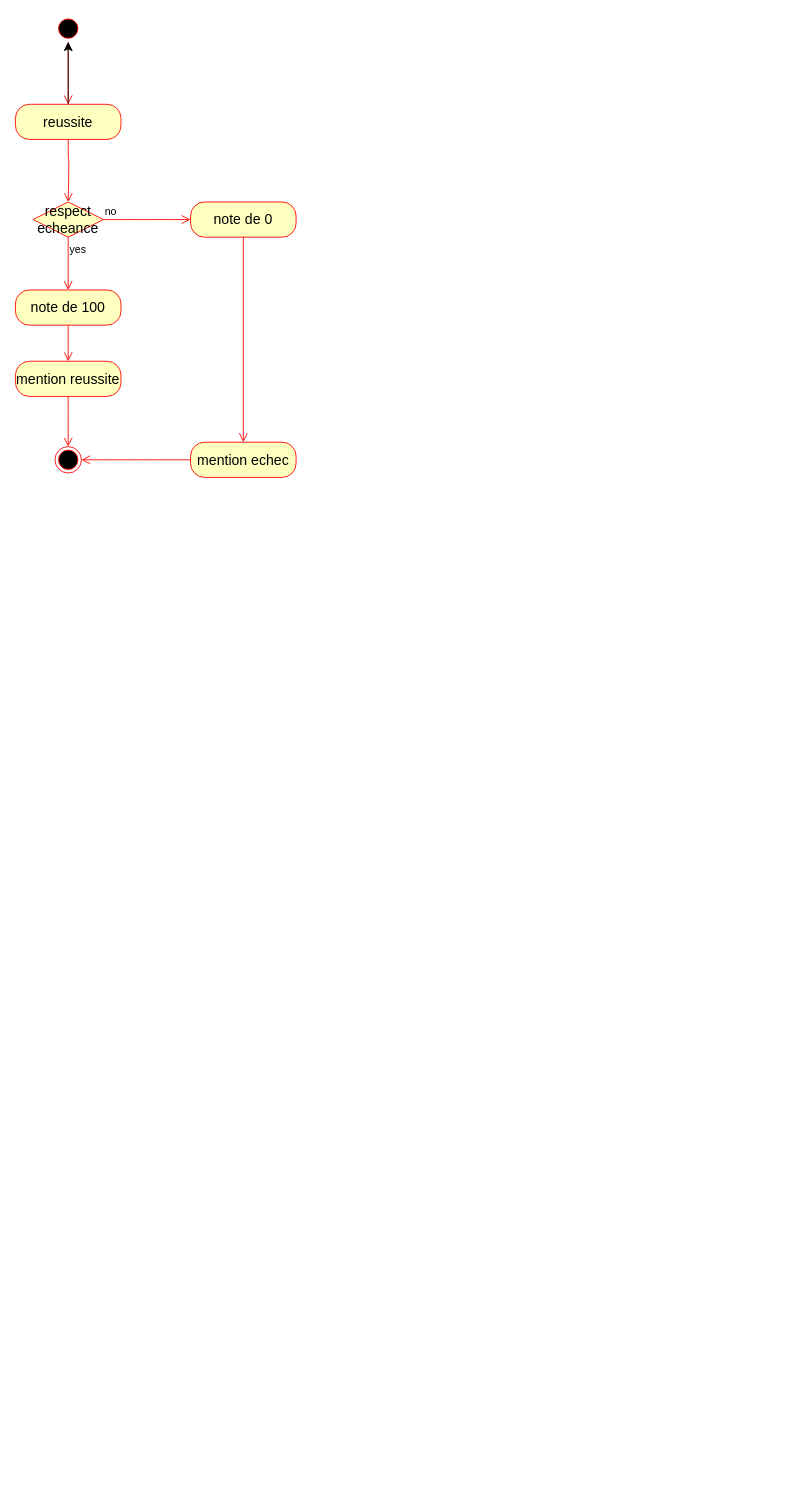
Earlier version of the draw.io diagram Diagramme sans nom.drawio (yoanp52/test). Source tidied: cells renumbered, new cells numbered last; positions are measured from the earlier drawing's top-left corner, leaving out a move shared by most shapes. Both pictures are drawn from the tidied source at 88%, with x=0, y=0 at pixel (15, 15).
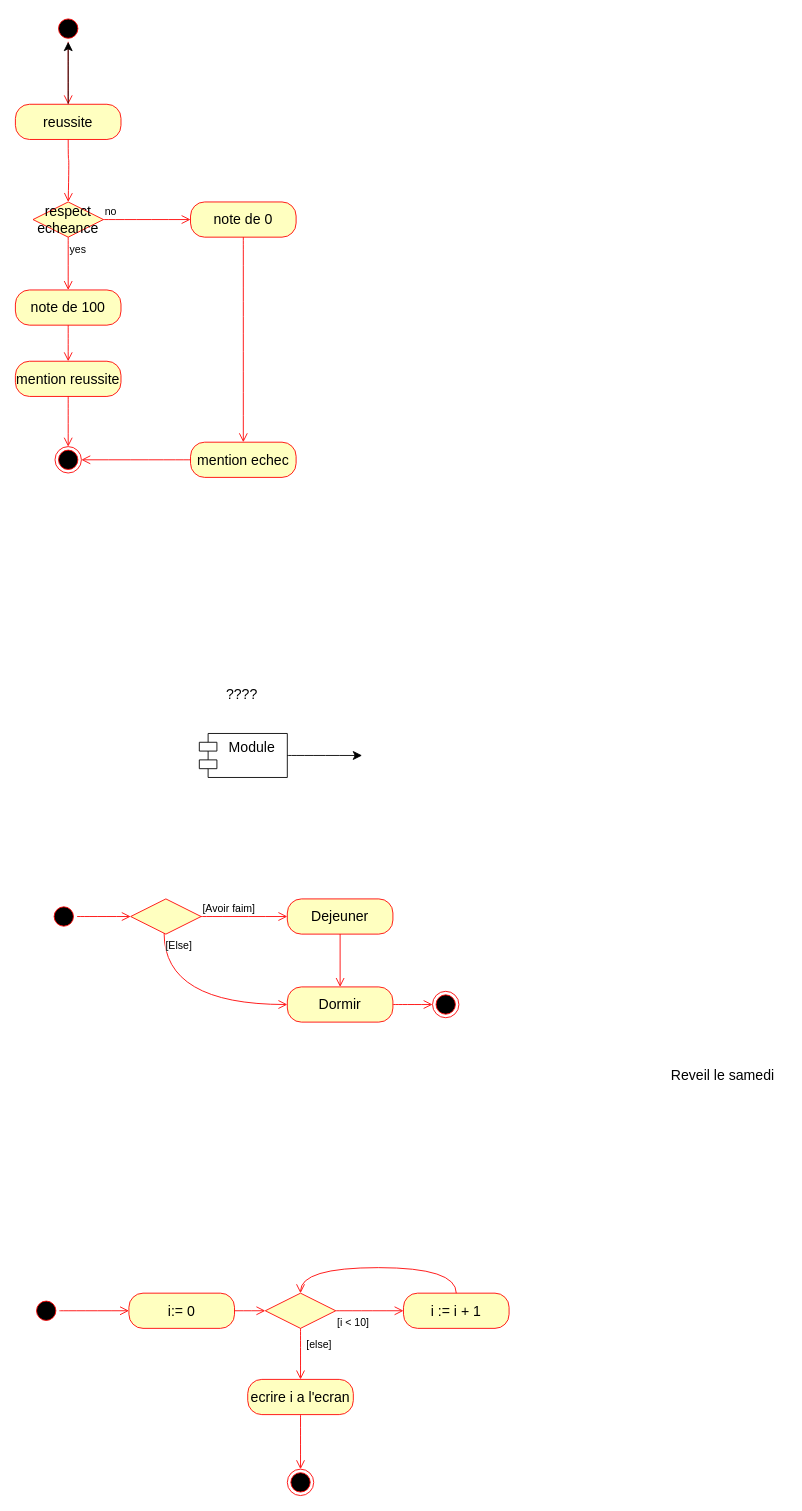
After the change.

Change to the diagram source:
```diff
@@
+    <mxCell id="19" style="ellipse;html=1;shape=startState;fillColor=#000000;strokeColor=#ff0000;fontSize=16;" parent="1" vertex="1">
+      <mxGeometry x="40" y="1009" width="30" height="30" as="geometry" />
+    </mxCell>
+    <mxCell id="20" style="edgeStyle=orthogonalEdgeStyle;html=1;verticalAlign=bottom;endArrow=open;endSize=8;strokeColor=#ff0000;rounded=0;fontSize=12;curved=1;entryX=0;entryY=0.5;entryDx=0;entryDy=0;" parent="1" edge="1" source="19" target="22">
+      <mxGeometry relative="1" as="geometry" />
+    </mxCell>
+    <mxCell id="21" style="ellipse;html=1;shape=endState;fillColor=#000000;strokeColor=#ff0000;fontSize=16;" parent="1" vertex="1">
+      <mxGeometry x="474" y="1109" width="30" height="30" as="geometry" />
+    </mxCell>
+    <mxCell id="22" style="rhombus;whiteSpace=wrap;html=1;fontColor=#000000;fillColor=#ffffc0;strokeColor=#ff0000;fontSize=16;" parent="1" vertex="1">
+      <mxGeometry x="131" y="1004" width="80" height="40" as="geometry" />
+    </mxCell>
+    <mxCell id="23" value="[Avoir faim]" style="edgeStyle=orthogonalEdgeStyle;html=1;align=left;verticalAlign=bottom;endArrow=open;endSize=8;strokeColor=#ff0000;rounded=0;fontSize=12;curved=1;entryX=0;entryY=0.5;entryDx=0;entryDy=0;" parent="1" edge="1" source="22" target="25">
+      <mxGeometry x="-1" relative="1" as="geometry" />
+    </mxCell>
+    <mxCell id="24" value="[Else]" style="edgeStyle=orthogonalEdgeStyle;html=1;align=left;verticalAlign=top;endArrow=open;endSize=8;strokeColor=#ff0000;rounded=0;fontSize=12;curved=1;entryX=0;entryY=0.5;entryDx=0;entryDy=0;" parent="1" edge="1" source="22" target="27">
+      <mxGeometry x="-1" relative="1" as="geometry">
+        <Array as="points">
+          <mxPoint x="169" y="1124" />
+        </Array>
+      </mxGeometry>
+    </mxCell>
+    <mxCell id="25" value="Dejeuner" style="rounded=1;whiteSpace=wrap;html=1;arcSize=40;fontColor=#000000;fillColor=#ffffc0;strokeColor=#ff0000;fontSize=16;" parent="1" vertex="1">
+      <mxGeometry x="309" y="1004" width="120" height="40" as="geometry" />
+    </mxCell>
+    <mxCell id="26" style="edgeStyle=orthogonalEdgeStyle;html=1;verticalAlign=bottom;endArrow=open;endSize=8;strokeColor=#ff0000;rounded=0;fontSize=12;curved=1;" parent="1" edge="1" source="25">
+      <mxGeometry relative="1" as="geometry">
+        <mxPoint x="369" y="1104" as="targetPoint" />
+      </mxGeometry>
+    </mxCell>
+    <mxCell id="27" value="Dormir" style="rounded=1;whiteSpace=wrap;html=1;arcSize=40;fontColor=#000000;fillColor=#ffffc0;strokeColor=#ff0000;fontSize=16;" parent="1" vertex="1">
+      <mxGeometry x="309" y="1104" width="120" height="40" as="geometry" />
+    </mxCell>
+    <mxCell id="28" style="edgeStyle=orthogonalEdgeStyle;html=1;verticalAlign=bottom;endArrow=open;endSize=8;strokeColor=#ff0000;rounded=0;fontSize=12;curved=1;entryX=0;entryY=0.5;entryDx=0;entryDy=0;" parent="1" edge="1" source="27" target="21">
+      <mxGeometry relative="1" as="geometry" />
+    </mxCell>
+    <mxCell id="29" value="Reveil le samedi" style="text;html=1;strokeColor=none;fillColor=none;align=center;verticalAlign=middle;whiteSpace=wrap;rounded=0;fontSize=16;" parent="1" vertex="1">
+      <mxGeometry x="732" y="1189" width="144" height="30" as="geometry" />
+    </mxCell>
+    <mxCell id="30" value="Module" style="shape=module;align=left;spacingLeft=20;align=center;verticalAlign=top;whiteSpace=wrap;html=1;fontSize=16;" parent="1" vertex="1">
+      <mxGeometry x="209" y="816" width="100" height="50" as="geometry" />
+    </mxCell>
+    <mxCell id="31" value="????" style="text;html=1;align=center;verticalAlign=middle;strokeColor=none;fillColor=none;fontSize=16;" parent="1" vertex="1">
+      <mxGeometry x="230" y="755" width="54" height="31" as="geometry" />
+    </mxCell>
+    <mxCell id="32" style="endArrow=classic;html=1;rounded=0;fontSize=12;startSize=8;endSize=8;curved=1;exitX=1;exitY=0.5;exitDx=0;exitDy=0;" parent="1" edge="1" source="30">
+      <mxGeometry relative="1" as="geometry">
+        <mxPoint x="394" y="841" as="targetPoint" />
+      </mxGeometry>
+    </mxCell>
+    <mxCell id="33" style="ellipse;html=1;shape=startState;fillColor=#000000;strokeColor=#ff0000;fontSize=16;" parent="1" vertex="1">
+      <mxGeometry x="20" y="1457" width="30" height="30" as="geometry" />
+    </mxCell>
+    <mxCell id="34" style="edgeStyle=orthogonalEdgeStyle;html=1;verticalAlign=bottom;endArrow=open;endSize=8;strokeColor=#ff0000;rounded=0;fontSize=12;curved=1;entryX=0;entryY=0.5;entryDx=0;entryDy=0;" parent="1" edge="1" source="33" target="35">
+      <mxGeometry relative="1" as="geometry" />
+    </mxCell>
+    <mxCell id="35" value="i:= 0" style="rounded=1;whiteSpace=wrap;html=1;arcSize=40;fontColor=#000000;fillColor=#ffffc0;strokeColor=#ff0000;fontSize=16;" parent="1" vertex="1">
+      <mxGeometry x="129" y="1452" width="120" height="40" as="geometry" />
+    </mxCell>
+    <mxCell id="36" style="edgeStyle=orthogonalEdgeStyle;html=1;verticalAlign=bottom;endArrow=open;endSize=8;strokeColor=#ff0000;rounded=0;fontSize=12;curved=1;entryX=0;entryY=0.5;entryDx=0;entryDy=0;" parent="1" edge="1" source="35" target="37">
+      <mxGeometry relative="1" as="geometry">
+        <Array as="points">
+          <mxPoint x="271" y="1472" />
+          <mxPoint x="271" y="1472" />
+        </Array>
+      </mxGeometry>
+    </mxCell>
+    <mxCell id="37" style="rhombus;whiteSpace=wrap;html=1;fontColor=#000000;fillColor=#ffffc0;strokeColor=#ff0000;fontSize=16;" parent="1" vertex="1">
+      <mxGeometry x="284" y="1452" width="80" height="40" as="geometry" />
+    </mxCell>
+    <mxCell id="38" value="[else]" style="edgeStyle=orthogonalEdgeStyle;html=1;align=left;verticalAlign=bottom;endArrow=open;endSize=8;strokeColor=#ff0000;rounded=0;fontSize=12;curved=1;entryX=0.5;entryY=0;entryDx=0;entryDy=0;entryPerimeter=0;" parent="1" edge="1" source="37" target="42">
+      <mxGeometry x="0.01" y="5" relative="1" as="geometry">
+        <mxPoint y="-1" as="offset" />
+      </mxGeometry>
+    </mxCell>
+    <mxCell id="39" value="[i &amp;lt; 10]" style="edgeStyle=orthogonalEdgeStyle;html=1;align=left;verticalAlign=top;endArrow=open;endSize=8;strokeColor=#ff0000;rounded=0;fontSize=12;curved=1;entryX=0;entryY=0.5;entryDx=0;entryDy=0;" parent="1" edge="1" source="37" target="40">
+      <mxGeometry x="-1" relative="1" as="geometry" />
+    </mxCell>
+    <mxCell id="40" value="i := i + 1" style="rounded=1;whiteSpace=wrap;html=1;arcSize=40;fontColor=#000000;fillColor=#ffffc0;strokeColor=#ff0000;fontSize=16;" parent="1" vertex="1">
+      <mxGeometry x="441" y="1452" width="120" height="40" as="geometry" />
+    </mxCell>
+    <mxCell id="41" style="edgeStyle=orthogonalEdgeStyle;html=1;verticalAlign=bottom;endArrow=open;endSize=8;strokeColor=#ff0000;rounded=0;fontSize=12;curved=1;entryX=0.5;entryY=0;entryDx=0;entryDy=0;exitX=0.5;exitY=0;exitDx=0;exitDy=0;" parent="1" edge="1" source="40" target="37">
+      <mxGeometry relative="1" as="geometry">
+        <Array as="points">
+          <mxPoint x="501" y="1423" />
+          <mxPoint x="324" y="1423" />
+        </Array>
+      </mxGeometry>
+    </mxCell>
+    <mxCell id="42" value="ecrire i a l'ecran" style="rounded=1;whiteSpace=wrap;html=1;arcSize=40;fontColor=#000000;fillColor=#ffffc0;strokeColor=#ff0000;fontSize=16;" parent="1" vertex="1">
+      <mxGeometry x="264" y="1550" width="120" height="40" as="geometry" />
+    </mxCell>
+    <mxCell id="43" style="edgeStyle=orthogonalEdgeStyle;html=1;verticalAlign=bottom;endArrow=open;endSize=8;strokeColor=#ff0000;rounded=0;fontSize=12;curved=1;entryX=0.5;entryY=0;entryDx=0;entryDy=0;" parent="1" edge="1" source="42" target="44">
+      <mxGeometry relative="1" as="geometry" />
+    </mxCell>
+    <mxCell id="44" style="ellipse;html=1;shape=endState;fillColor=#000000;strokeColor=#ff0000;fontSize=16;" parent="1" vertex="1">
+      <mxGeometry x="309" y="1652" width="30" height="30" as="geometry" />
+    </mxCell>
```
